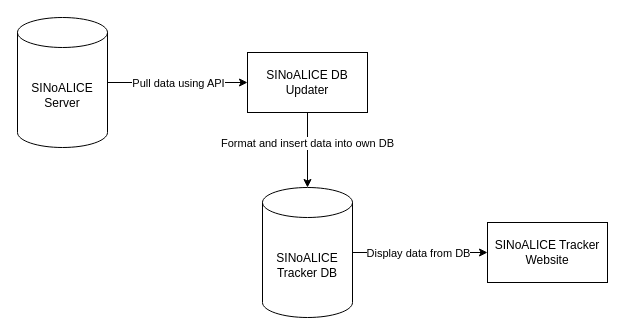
Above: Project Diagram.drawio in Anomalous-Sentiment/SINoALICE-Tracker (draw.io), before the change. Source tidied: cells renumbered, new cells numbered last; positions are measured from the earlier drawing's top-left corner, leaving out a move shared by most shapes. Both pictures are drawn from the tidied source at 100%, with x=0, y=0 at pixel (17, 17).
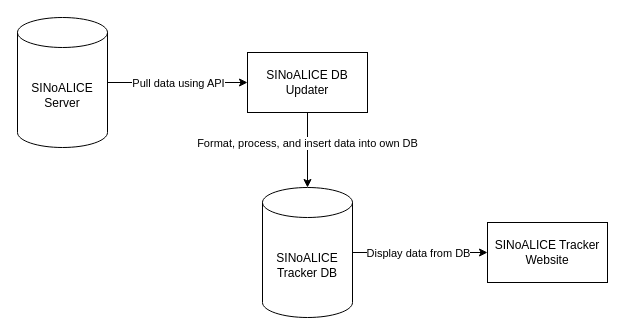
The same page after the edit.

What changed in the source:
```diff
@@
 <mxGraphModel>
   <root>
     <mxCell id="0" />
     <mxCell id="1" parent="0" />
     <mxCell id="2" value="SINoALICE Server" style="shape=cylinder3;whiteSpace=wrap;html=1;boundedLbl=1;backgroundOutline=1;size=15;" parent="1" vertex="1">
       <mxGeometry width="90" height="130" as="geometry" />
     </mxCell>
     <mxCell id="3" value="SINoALICE DB Updater" style="rounded=0;whiteSpace=wrap;html=1;" parent="1" vertex="1">
       <mxGeometry x="230" y="35" width="120" height="60" as="geometry" />
     </mxCell>
     <mxCell id="4" value="SINoALICE Tracker Website" style="rounded=0;whiteSpace=wrap;html=1;" parent="1" vertex="1">
       <mxGeometry x="470" y="205" width="120" height="60" as="geometry" />
     </mxCell>
     <mxCell id="5" value="SINoALICE Tracker DB" style="shape=cylinder3;whiteSpace=wrap;html=1;boundedLbl=1;backgroundOutline=1;size=15;" parent="1" vertex="1">
       <mxGeometry x="245" y="170" width="90" height="130" as="geometry" />
     </mxCell>
     <mxCell id="6" style="endArrow=classic;html=1;rounded=0;" parent="1" edge="1" source="2" target="3">
       <mxGeometry relative="1" as="geometry" />
     </mxCell>
     <mxCell id="7" value="Pull data using API" style="edgeLabel;html=1;align=center;verticalAlign=middle;" parent="6" vertex="1">
       <mxGeometry x="0.24" relative="1" as="geometry">
         <mxPoint x="-17" as="offset" />
       </mxGeometry>
     </mxCell>
     <mxCell id="8" style="endArrow=classic;html=1;rounded=0;" parent="1" edge="1" source="3" target="5">
       <mxGeometry relative="1" as="geometry" />
     </mxCell>
-    <mxCell id="9" value="Format and insert data into own DB" style="edgeLabel;html=1;align=center;verticalAlign=middle;" parent="8" vertex="1">
+    <mxCell id="9" value="Format, process, and insert data into own DB" style="edgeLabel;html=1;align=center;verticalAlign=middle;" parent="8" vertex="1">
       <mxGeometry x="-0.21" y="-1" relative="1" as="geometry" />
     </mxCell>
     <mxCell id="10" style="endArrow=classic;html=1;rounded=0;" parent="1" edge="1" source="5" target="4">
       <mxGeometry relative="1" as="geometry" />
     </mxCell>
     <mxCell id="11" value="Display data from DB" style="edgeLabel;html=1;align=center;verticalAlign=middle;" parent="10" vertex="1">
       <mxGeometry x="0.07" relative="1" as="geometry">
         <mxPoint x="-7" as="offset" />
       </mxGeometry>
     </mxCell>
   </root>
 </mxGraphModel>
```
